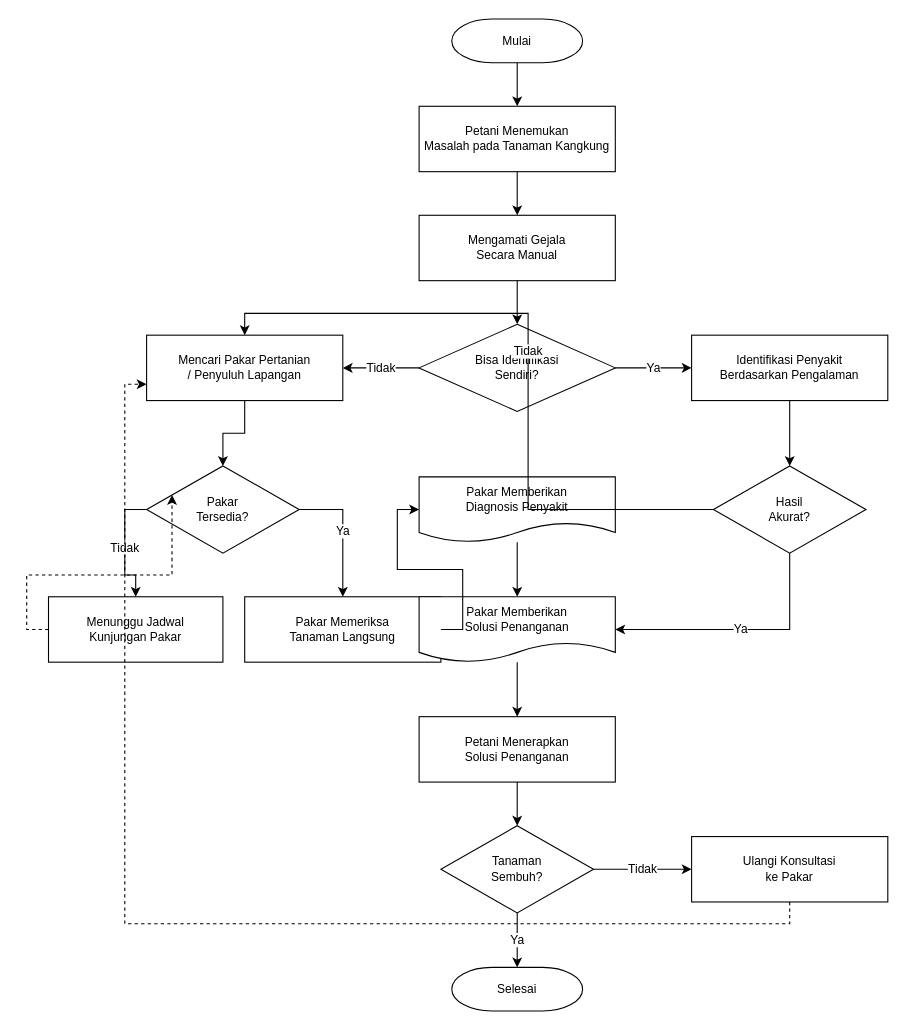
The draw.io diagram diagram/flowchart/flowchart_sistem_lama.drawio in NarmadaWeb/pakar-jagung, before the edit. Source tidied: cells renumbered, new cells numbered last; positions are measured from the earlier drawing's top-left corner, leaving out a move shared by most shapes. Both pictures are drawn from the tidied source at 109%, with x=0, y=0 at pixel (48, 19).
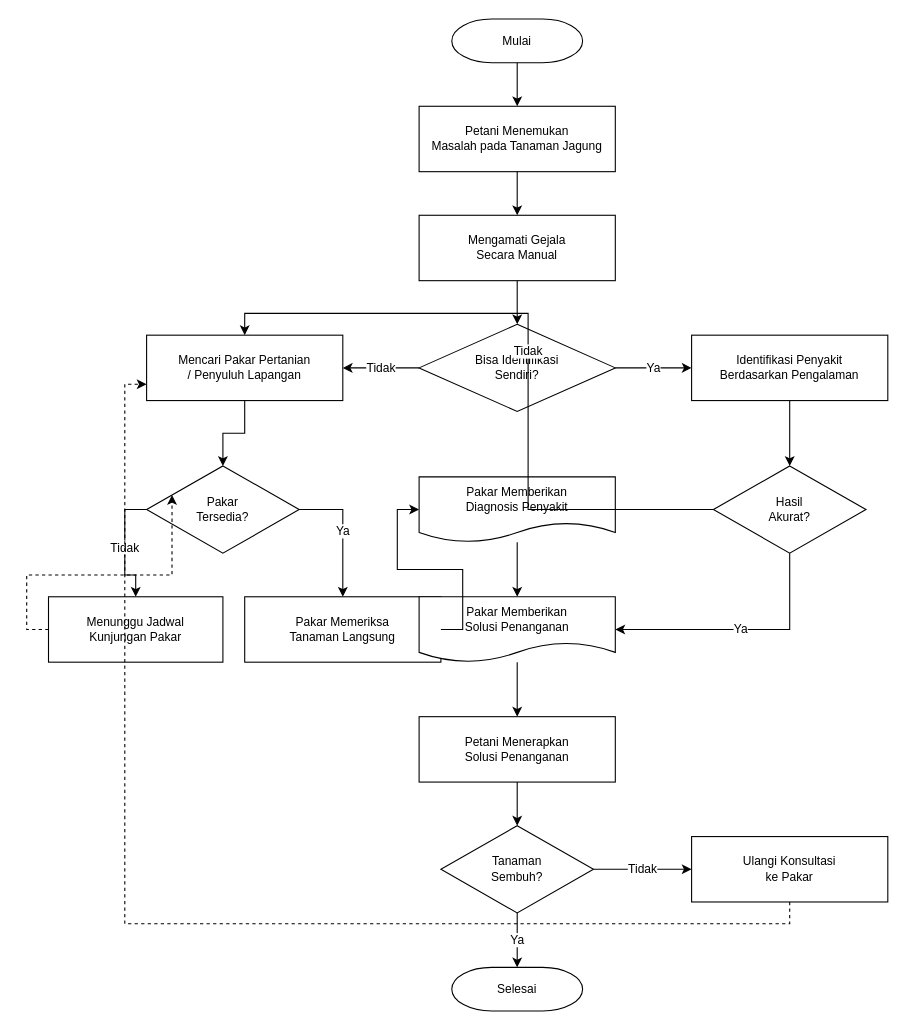
The same page after the edit.

Commit message (it also covers changes not shown here):
Update project context from kangkung to jagung

Changes references of 'Kangkung' to 'Jagung' in the newly created drawio system flowcharts to accurately reflect the corn focus of the project.

The edit, as a diff of the source:
```diff
@@
-    <mxCell id="3" value="Petani Menemukan&#10;Masalah pada Tanaman Kangkung" style="rounded=0;whiteSpace=wrap;html=1;fillColor=#FFFFFF;strokeColor=#000000;fontSize=11;" parent="1" vertex="1">
+    <mxCell id="3" value="Petani Menemukan&#10;Masalah pada Tanaman Jagung" style="rounded=0;whiteSpace=wrap;html=1;fillColor=#FFFFFF;strokeColor=#000000;fontSize=11;" parent="1" vertex="1">
       <mxGeometry x="340" y="80" width="180" height="60" as="geometry" />
     </mxCell>
```
